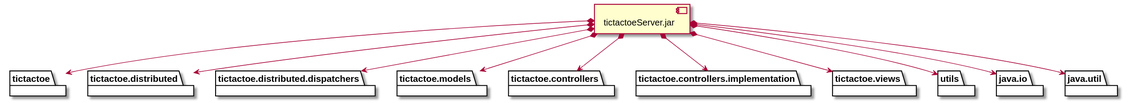
Earlier version of the PlantUML export docs/build/docs/asciidoc/images/diagramaImplementacionServer.svg (x-USantaTecla-game-ticTacToe/java).
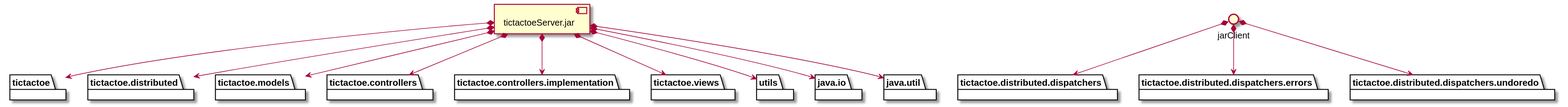
After the change.

Diff of the diagram source:
```diff
@@ -5,6 +5,10 @@
 package "  "  as tictactoe.distributed {
 }
 package "  "  as tictactoe.distributed.dispatchers {
+}
+package "  "  as tictactoe.distributed.dispatchers.errors {
+}
+package "  "  as tictactoe.distributed.dispatchers.undoredo {
 }
 package "  "  as tictactoe.models {
 }
@@ -25,7 +29,9 @@
 
 jarServer *--> tictactoe
 jarServer *--> tictactoe.distributed
-jarServer *--> tictactoe.distributed.dispatchers
+jarClient *--> tictactoe.distributed.dispatchers
+jarClient *--> tictactoe.distributed.dispatchers.errors
+jarClient *--> tictactoe.distributed.dispatchers.undoredo
 jarServer *--> tictactoe.models
 jarServer *--> tictactoe.controllers
 jarServer *--> tictactoe.controllers.implementation
```
